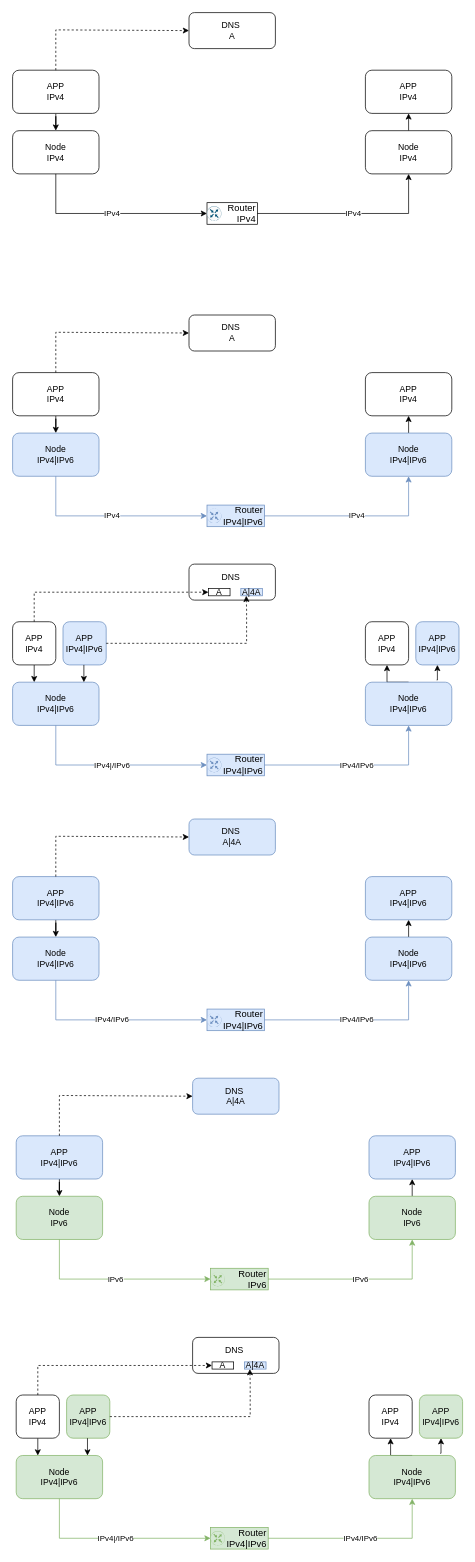
This is IPv6 Transition.drawio from anorqiu9/drawio, a draw.io file, before an edit. Source tidied: cells renumbered, new cells numbered last; positions are measured from the earlier drawing's top-left corner, leaving out a move shared by most shapes. Both pictures are drawn from the tidied source at 72%, with x=0, y=0 at pixel (12, 12).
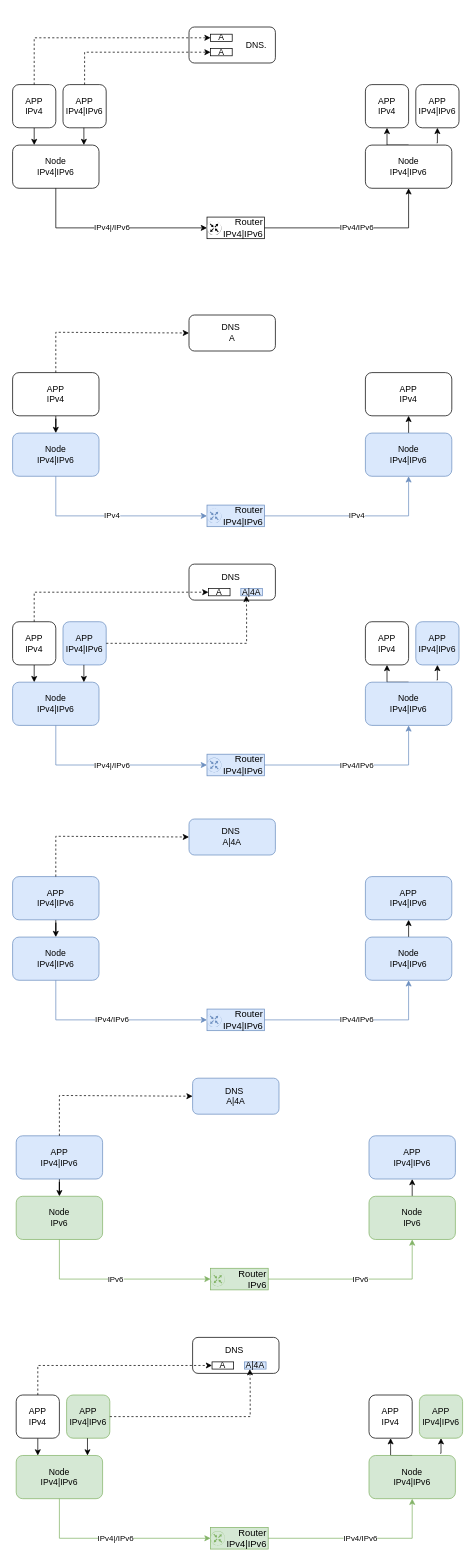
The same diagram, later.

What changed in the source:
```diff
@@
-    <mxCell id="2" style="edgeStyle=orthogonalEdgeStyle;rounded=0;jettySize=auto;html=1;" parent="1" edge="1" source="3" target="4">
-      <mxGeometry relative="1" as="geometry" />
-    </mxCell>
-    <mxCell id="3" value="APP&lt;div&gt;IPv4&lt;/div&gt;" style="rounded=1;whiteSpace=wrap;html=1;" parent="1" vertex="1">
-      <mxGeometry y="80" width="120" height="60" as="geometry" />
-    </mxCell>
-    <mxCell id="4" value="Node&lt;div&gt;IPv4&lt;/div&gt;" style="whiteSpace=wrap;html=1;rounded=1;" parent="1" vertex="1">
-      <mxGeometry y="164" width="120" height="60" as="geometry" />
-    </mxCell>
-    <mxCell id="5" value="Router&lt;div style=&quot;font-size: 13px;&quot;&gt;IPv4&lt;/div&gt;" style="rounded=0;whiteSpace=wrap;html=1;fontSize=13;verticalAlign=middle;align=right;" parent="1" vertex="1">
-      <mxGeometry x="270" y="264" width="70" height="30" as="geometry" />
-    </mxCell>
-    <mxCell id="6" value="DNS&amp;nbsp;&lt;div&gt;A&lt;/div&gt;" style="rounded=1;whiteSpace=wrap;html=1;" parent="1" vertex="1">
-      <mxGeometry x="245" width="120" height="50" as="geometry" />
-    </mxCell>
-    <mxCell id="7" style="edgeStyle=orthogonalEdgeStyle;rounded=0;jettySize=auto;html=1;entryX=0.5;entryY=1;entryDx=0;entryDy=0;exitX=0.5;exitY=0;exitDx=0;exitDy=0;" parent="1" edge="1" source="9" target="8">
-      <mxGeometry relative="1" as="geometry" />
-    </mxCell>
-    <mxCell id="8" value="APP&lt;div&gt;IPv4&lt;/div&gt;" style="rounded=1;whiteSpace=wrap;html=1;" parent="1" vertex="1">
-      <mxGeometry x="490" y="80" width="120" height="60" as="geometry" />
-    </mxCell>
-    <mxCell id="9" value="Node&lt;div&gt;IPv4&lt;/div&gt;" style="whiteSpace=wrap;html=1;rounded=1;" parent="1" vertex="1">
-      <mxGeometry x="490" y="164" width="120" height="60" as="geometry" />
-    </mxCell>
-    <mxCell id="10" style="sketch=0;verticalLabelPosition=bottom;html=1;verticalAlign=top;align=center;shape=mxgraph.cisco19.rect;prIcon=router;fillColor=#FAFAFA;strokeColor=#005073;" parent="1" vertex="1">
-      <mxGeometry x="270" y="269" width="20" height="20" as="geometry" />
-    </mxCell>
-    <mxCell id="11" value="IPv4" style="endArrow=classic;html=1;rounded=0;exitX=1;exitY=0.5;exitDx=0;exitDy=0;entryX=0.5;entryY=1;entryDx=0;entryDy=0;" parent="1" edge="1" source="5" target="9">
-      <mxGeometry relative="1" as="geometry">
-        <Array as="points">
-          <mxPoint x="550" y="279" />
-        </Array>
-      </mxGeometry>
-    </mxCell>
-    <mxCell id="12" value="IPv4" style="endArrow=classic;html=1;rounded=0;exitX=0.5;exitY=1;exitDx=0;exitDy=0;entryX=0;entryY=0.5;entryDx=0;entryDy=0;" parent="1" edge="1" source="4" target="5">
-      <mxGeometry relative="1" as="geometry">
-        <Array as="points">
-          <mxPoint x="60" y="279" />
-        </Array>
-      </mxGeometry>
-    </mxCell>
-    <mxCell id="13" style="endArrow=classic;html=1;rounded=0;exitX=0.5;exitY=0;exitDx=0;exitDy=0;entryX=0;entryY=0.5;entryDx=0;entryDy=0;dashed=1;" parent="1" edge="1" source="3" target="6">
-      <mxGeometry relative="1" as="geometry">
-        <Array as="points">
-          <mxPoint x="60" y="24" />
-        </Array>
-      </mxGeometry>
-    </mxCell>
@@
+    <mxCell id="88" style="edgeStyle=orthogonalEdgeStyle;rounded=0;jettySize=auto;html=1;" parent="1" edge="1" source="89" target="90">
+      <mxGeometry relative="1" as="geometry">
+        <Array as="points">
+          <mxPoint x="30" y="180" />
+          <mxPoint x="30" y="180" />
+        </Array>
+      </mxGeometry>
+    </mxCell>
+    <mxCell id="89" value="APP&lt;div&gt;IPv4&lt;/div&gt;" style="rounded=1;whiteSpace=wrap;html=1;" parent="1" vertex="1">
+      <mxGeometry y="100" width="60" height="60" as="geometry" />
+    </mxCell>
+    <mxCell id="90" value="Node&lt;div&gt;IPv4|IPv6&lt;/div&gt;" style="whiteSpace=wrap;html=1;rounded=1;" parent="1" vertex="1">
+      <mxGeometry y="184" width="120" height="60" as="geometry" />
+    </mxCell>
+    <mxCell id="91" value="Router&lt;div style=&quot;font-size: 13px;&quot;&gt;IPv4|IPv6&lt;/div&gt;" style="rounded=0;whiteSpace=wrap;html=1;fontSize=13;verticalAlign=middle;align=right;" parent="1" vertex="1">
+      <mxGeometry x="270" y="284" width="80" height="30" as="geometry" />
+    </mxCell>
+    <mxCell id="92" value="DNS.&amp;nbsp; &amp;nbsp;" style="rounded=1;whiteSpace=wrap;html=1;align=right;verticalAlign=middle;" parent="1" vertex="1">
+      <mxGeometry x="245" y="20" width="120" height="50" as="geometry" />
+    </mxCell>
+    <mxCell id="93" style="edgeStyle=orthogonalEdgeStyle;rounded=0;jettySize=auto;html=1;entryX=0.5;entryY=1;entryDx=0;entryDy=0;exitX=0.5;exitY=0;exitDx=0;exitDy=0;" parent="1" edge="1" source="95" target="94">
+      <mxGeometry relative="1" as="geometry" />
+    </mxCell>
+    <mxCell id="94" value="APP&lt;div&gt;IPv4&lt;/div&gt;" style="rounded=1;whiteSpace=wrap;html=1;" parent="1" vertex="1">
+      <mxGeometry x="490" y="100" width="60" height="60" as="geometry" />
+    </mxCell>
+    <mxCell id="95" value="Node&lt;div&gt;IPv4|IPv6&lt;/div&gt;" style="whiteSpace=wrap;html=1;rounded=1;" parent="1" vertex="1">
+      <mxGeometry x="490" y="184" width="120" height="60" as="geometry" />
+    </mxCell>
+    <mxCell id="96" style="sketch=0;verticalLabelPosition=bottom;html=1;verticalAlign=top;align=center;shape=mxgraph.cisco19.rect;prIcon=router;" parent="1" vertex="1">
+      <mxGeometry x="270" y="289" width="20" height="20" as="geometry" />
+    </mxCell>
+    <mxCell id="97" value="IPv4/IPv6" style="endArrow=classic;html=1;rounded=0;exitX=1;exitY=0.5;exitDx=0;exitDy=0;entryX=0.5;entryY=1;entryDx=0;entryDy=0;" parent="1" edge="1" source="91" target="95">
+      <mxGeometry relative="1" as="geometry">
+        <Array as="points">
+          <mxPoint x="550" y="299" />
+        </Array>
+      </mxGeometry>
+    </mxCell>
+    <mxCell id="98" value="IPv4|/IPv6" style="endArrow=classic;html=1;rounded=0;exitX=0.5;exitY=1;exitDx=0;exitDy=0;entryX=0;entryY=0.5;entryDx=0;entryDy=0;" parent="1" edge="1" source="90" target="91">
+      <mxGeometry relative="1" as="geometry">
+        <Array as="points">
+          <mxPoint x="60" y="299" />
+        </Array>
+      </mxGeometry>
+    </mxCell>
+    <mxCell id="99" style="endArrow=classic;html=1;rounded=0;exitX=0.5;exitY=0;exitDx=0;exitDy=0;entryX=0;entryY=0.5;entryDx=0;entryDy=0;dashed=1;edgeStyle=orthogonalEdgeStyle;" parent="1" edge="1" source="89" target="104">
+      <mxGeometry relative="1" as="geometry" />
+    </mxCell>
+    <mxCell id="100" value="APP&lt;div&gt;IPv4|IPv6&lt;/div&gt;" style="rounded=1;whiteSpace=wrap;html=1;" parent="1" vertex="1">
+      <mxGeometry x="560" y="100" width="60" height="60" as="geometry" />
+    </mxCell>
+    <mxCell id="101" style="edgeStyle=orthogonalEdgeStyle;rounded=0;jettySize=auto;html=1;exitX=0.825;exitY=-0.05;exitDx=0;exitDy=0;entryX=0.5;entryY=1;entryDx=0;entryDy=0;exitPerimeter=0;" parent="1" edge="1" source="95" target="100">
+      <mxGeometry relative="1" as="geometry" />
+    </mxCell>
+    <mxCell id="102" value="APP&lt;div&gt;IPv4|IPv6&lt;/div&gt;" style="rounded=1;whiteSpace=wrap;html=1;" parent="1" vertex="1">
+      <mxGeometry x="70" y="100" width="60" height="60" as="geometry" />
+    </mxCell>
+    <mxCell id="103" style="edgeStyle=orthogonalEdgeStyle;rounded=0;orthogonalLoop=1;jettySize=auto;html=1;" parent="1" edge="1">
+      <mxGeometry relative="1" as="geometry">
+        <mxPoint x="99" y="160" as="sourcePoint" />
+        <mxPoint x="99" y="184" as="targetPoint" />
+        <Array as="points">
+          <mxPoint x="99" y="180" />
+          <mxPoint x="99" y="180" />
+        </Array>
+      </mxGeometry>
+    </mxCell>
+    <mxCell id="104" value="A" style="rounded=0;whiteSpace=wrap;html=1;" parent="1" vertex="1">
+      <mxGeometry x="275" y="30" width="30" height="10" as="geometry" />
+    </mxCell>
+    <mxCell id="105" value="A" style="rounded=0;whiteSpace=wrap;html=1;" parent="1" vertex="1">
+      <mxGeometry x="275" y="50" width="30" height="10" as="geometry" />
+    </mxCell>
+    <mxCell id="106" style="endArrow=classic;html=1;rounded=0;exitX=0.5;exitY=0;exitDx=0;exitDy=0;dashed=1;edgeStyle=orthogonalEdgeStyle;entryX=0;entryY=0.5;entryDx=0;entryDy=0;" parent="1" edge="1" source="102" target="105">
+      <mxGeometry relative="1" as="geometry" />
+    </mxCell>
```
